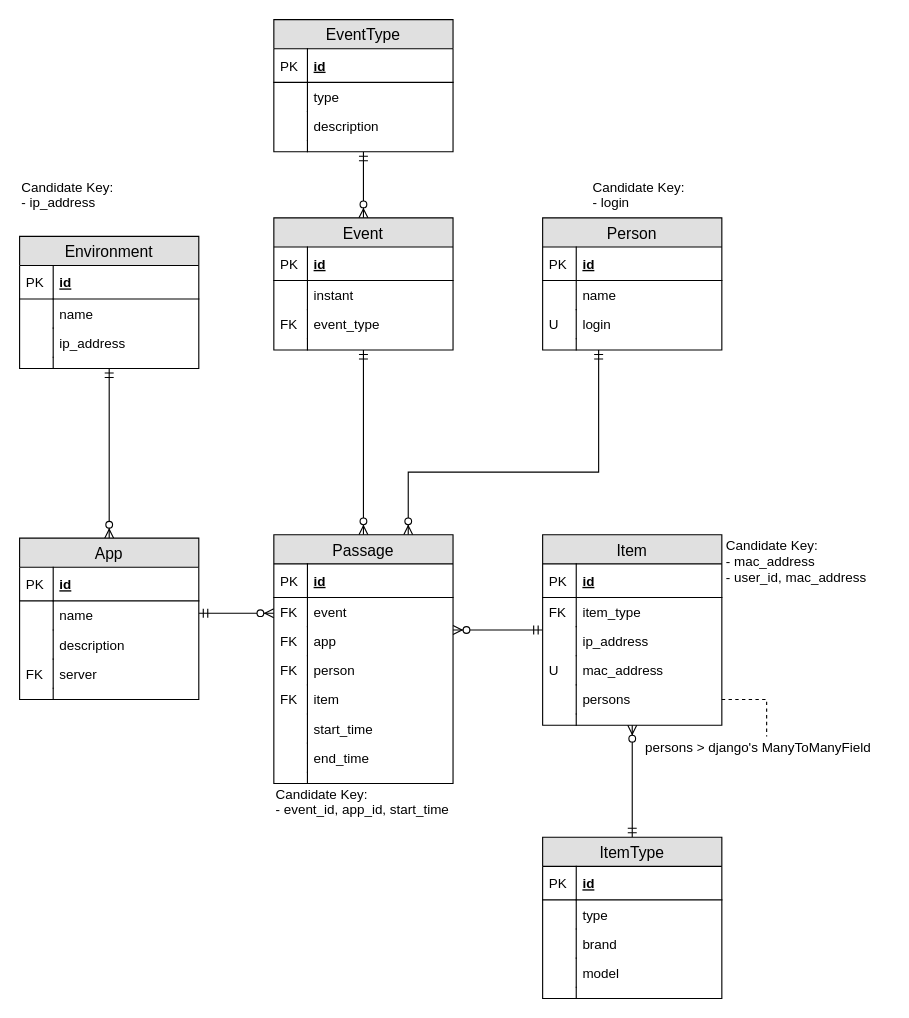
The draw.io diagram page "ER Extended" (2 of 2) of documentation/models/db_model.drawio in apm1005/TFG, before the edit. Source tidied: cells renumbered, new cells numbered last; positions are measured from the earlier drawing's top-left corner, leaving out a move shared by most shapes. Both pictures are drawn from the tidied source at 112%, with x=0, y=0 at pixel (19, 19).
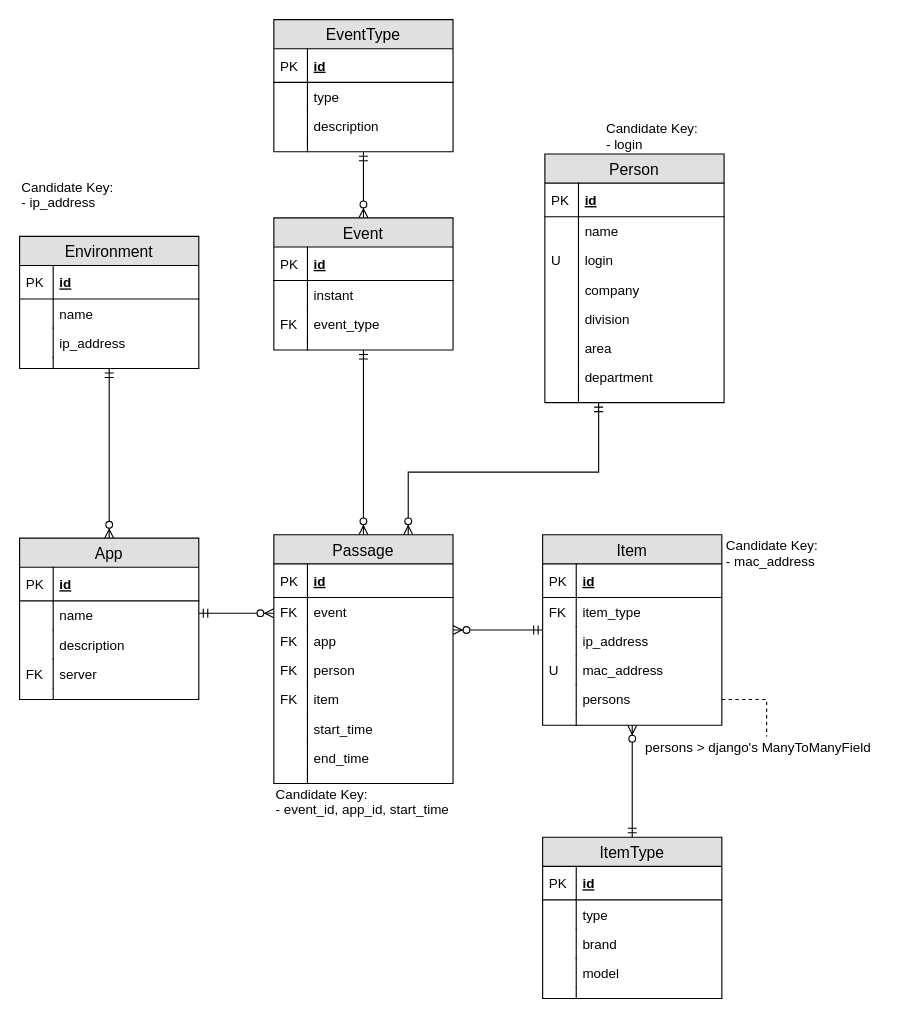
After the change.

Commit message (it also covers changes not shown here):
Add new fields to data model #51

Diff of the diagram source:
```diff
@@
     <mxCell id="53" value="Person" style="swimlane;fontStyle=0;horizontal=1;startSize=26;fillColor=#e0e0e0;swimlaneFillColor=#ffffff;align=center;fontSize=14;" parent="1" vertex="1">
-      <mxGeometry x="467" y="177" width="160" height="118" as="geometry" />
+      <mxGeometry x="469" y="120" width="160" height="222" as="geometry" />
     </mxCell>
@@
+    <mxCell id="103" value="company" style="shape=partialRectangle;top=0;left=0;right=0;bottom=0;align=left;verticalAlign=top;fillColor=none;spacingLeft=34;spacingRight=4;overflow=hidden;fontSize=12;" parent="53" vertex="1">
+      <mxGeometry y="108" width="160" height="26" as="geometry" />
+    </mxCell>
+    <mxCell id="104" style="shape=partialRectangle;top=0;left=0;bottom=0;fillColor=none;align=left;verticalAlign=top;spacingLeft=4;spacingRight=4;overflow=hidden;fontSize=12;" parent="103" vertex="1">
+      <mxGeometry width="30" height="26" as="geometry" />
+    </mxCell>
+    <mxCell id="105" value="division" style="shape=partialRectangle;top=0;left=0;right=0;bottom=0;align=left;verticalAlign=top;fillColor=none;spacingLeft=34;spacingRight=4;overflow=hidden;fontSize=12;" parent="53" vertex="1">
+      <mxGeometry y="134" width="160" height="26" as="geometry" />
+    </mxCell>
+    <mxCell id="106" style="shape=partialRectangle;top=0;left=0;bottom=0;fillColor=none;align=left;verticalAlign=top;spacingLeft=4;spacingRight=4;overflow=hidden;fontSize=12;" parent="105" vertex="1">
+      <mxGeometry width="30" height="26" as="geometry" />
+    </mxCell>
+    <mxCell id="107" value="area" style="shape=partialRectangle;top=0;left=0;right=0;bottom=0;align=left;verticalAlign=top;fillColor=none;spacingLeft=34;spacingRight=4;overflow=hidden;fontSize=12;" parent="53" vertex="1">
+      <mxGeometry y="160" width="160" height="26" as="geometry" />
+    </mxCell>
+    <mxCell id="108" style="shape=partialRectangle;top=0;left=0;bottom=0;fillColor=none;align=left;verticalAlign=top;spacingLeft=4;spacingRight=4;overflow=hidden;fontSize=12;" parent="107" vertex="1">
+      <mxGeometry width="30" height="26" as="geometry" />
+    </mxCell>
+    <mxCell id="109" value="department" style="shape=partialRectangle;top=0;left=0;right=0;bottom=0;align=left;verticalAlign=top;fillColor=none;spacingLeft=34;spacingRight=4;overflow=hidden;fontSize=12;" parent="53" vertex="1">
+      <mxGeometry y="186" width="160" height="26" as="geometry" />
+    </mxCell>
+    <mxCell id="110" style="shape=partialRectangle;top=0;left=0;bottom=0;fillColor=none;align=left;verticalAlign=top;spacingLeft=4;spacingRight=4;overflow=hidden;fontSize=12;" parent="109" vertex="1">
+      <mxGeometry width="30" height="26" as="geometry" />
+    </mxCell>
     <mxCell id="60" style="shape=partialRectangle;top=0;left=0;right=0;bottom=0;align=left;verticalAlign=top;fillColor=none;spacingLeft=34;spacingRight=4;overflow=hidden;fontSize=12;" parent="53" vertex="1">
-      <mxGeometry y="108" width="160" height="10" as="geometry" />
+      <mxGeometry y="212" width="160" height="10" as="geometry" />
     </mxCell>
@@
-    <mxCell id="98" value="Candidate Key:&lt;br&gt;- mac_address&lt;br&gt;- user_id, mac_address" style="text;html=1;align=left;verticalAlign=top;spacingTop=-4;" parent="1" vertex="1">
-      <mxGeometry x="629" y="460" width="140" height="40" as="geometry" />
+    <mxCell id="98" value="Candidate Key:&lt;br&gt;- mac_address" style="text;html=1;align=left;verticalAlign=top;spacingTop=-4;" parent="1" vertex="1">
+      <mxGeometry x="629" y="460" width="100" height="30" as="geometry" />
     </mxCell>
     <mxCell id="99" value="Candidate Key:&lt;br&gt;- login" style="text;html=1;align=left;verticalAlign=top;spacingTop=-4;" parent="1" vertex="1">
-      <mxGeometry x="510" y="140" width="100" height="30" as="geometry" />
+      <mxGeometry x="522" y="88" width="100" height="30" as="geometry" />
     </mxCell>
```
